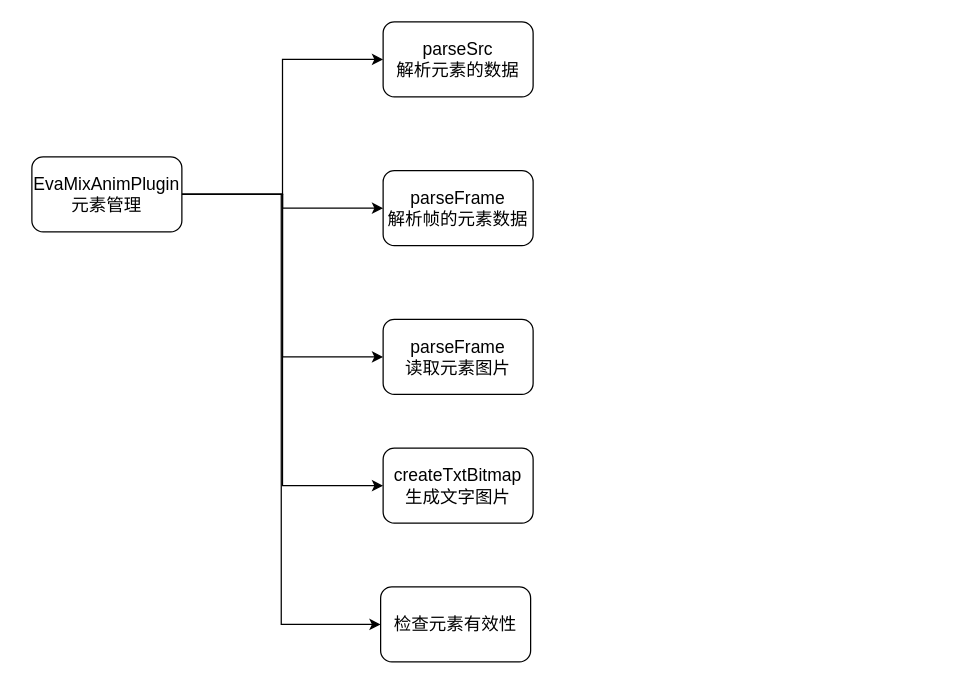
Above: page "Page-3" (3 of 4) of YYEVA.drawio in cangwang/news (draw.io), before the change. Source tidied: cells renumbered, new cells numbered last; positions are measured from the earlier drawing's top-left corner, leaving out a move shared by most shapes. Both pictures are drawn from the tidied source at 125%, with x=0, y=0 at pixel (31, 21).
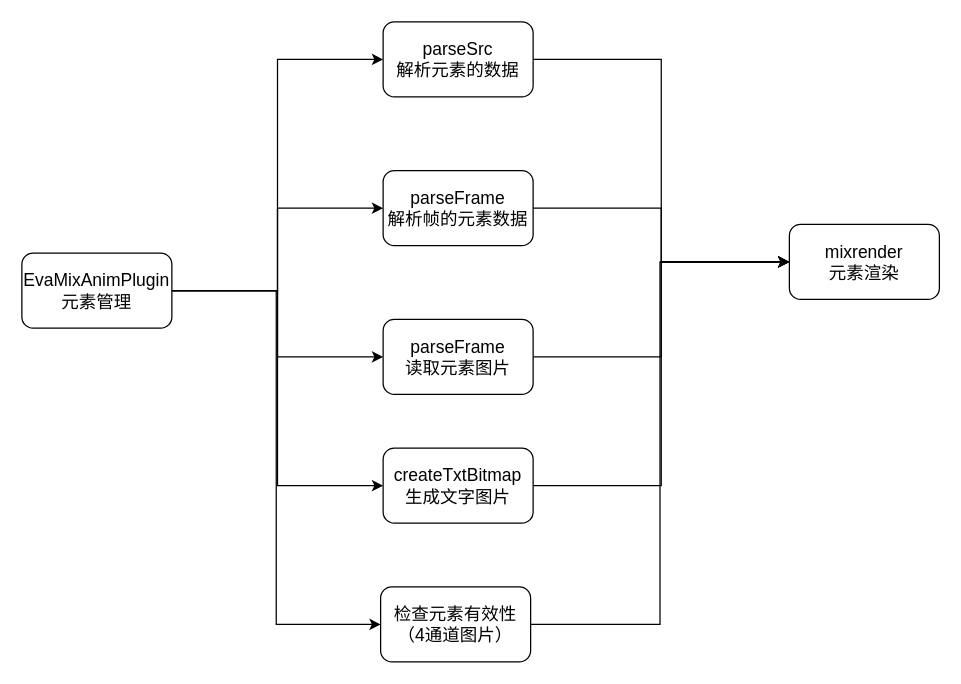
The same page after the edit.

What changed in the source:
```diff
@@
 <mxGraphModel>
   <root>
     <mxCell id="0" />
     <mxCell id="1" parent="0" />
     <mxCell id="2" style="edgeStyle=orthogonalEdgeStyle;rounded=0;jettySize=auto;html=1;exitX=1;exitY=0.5;exitDx=0;exitDy=0;entryX=0;entryY=0.5;entryDx=0;entryDy=0;fontSize=14;" parent="1" edge="1" source="7" target="8">
       <mxGeometry relative="1" as="geometry" />
     </mxCell>
-    <mxCell id="3" style="edgeStyle=orthogonalEdgeStyle;rounded=0;jettySize=auto;html=1;exitX=1;exitY=0.5;exitDx=0;exitDy=0;fontSize=14;" parent="1" edge="1" source="7" target="9">
-      <mxGeometry relative="1" as="geometry" />
-    </mxCell>
     <mxCell id="4" style="edgeStyle=orthogonalEdgeStyle;rounded=0;jettySize=auto;html=1;exitX=1;exitY=0.5;exitDx=0;exitDy=0;entryX=0;entryY=0.5;entryDx=0;entryDy=0;fontSize=14;" parent="1" edge="1" source="7" target="10">
       <mxGeometry relative="1" as="geometry" />
     </mxCell>
     <mxCell id="5" style="edgeStyle=orthogonalEdgeStyle;rounded=0;jettySize=auto;html=1;exitX=1;exitY=0.5;exitDx=0;exitDy=0;entryX=0;entryY=0.5;entryDx=0;entryDy=0;fontSize=14;" parent="1" edge="1" source="7" target="11">
       <mxGeometry relative="1" as="geometry" />
     </mxCell>
     <mxCell id="6" style="edgeStyle=orthogonalEdgeStyle;rounded=0;jettySize=auto;html=1;exitX=1;exitY=0.5;exitDx=0;exitDy=0;entryX=0;entryY=0.5;entryDx=0;entryDy=0;fontSize=14;" parent="1" edge="1" source="7" target="12">
       <mxGeometry relative="1" as="geometry" />
     </mxCell>
+    <mxCell id="3" style="edgeStyle=orthogonalEdgeStyle;rounded=0;jettySize=auto;html=1;exitX=1;exitY=0.5;exitDx=0;exitDy=0;entryX=0;entryY=0.5;entryDx=0;entryDy=0;fontSize=14;" parent="1" edge="1" source="7" target="9">
+      <mxGeometry relative="1" as="geometry" />
+    </mxCell>
     <mxCell id="7" value="EvaMixAnimPlugin&lt;br&gt;元素管理" style="rounded=1;whiteSpace=wrap;html=1;fontSize=14;fillColor=default;" parent="1" vertex="1">
-      <mxGeometry y="108" width="120" height="60" as="geometry" />
+      <mxGeometry x="-8" y="185" width="120" height="60" as="geometry" />
     </mxCell>
+    <mxCell id="13" style="edgeStyle=orthogonalEdgeStyle;rounded=0;jettySize=auto;html=1;exitX=1;exitY=0.5;exitDx=0;exitDy=0;entryX=0;entryY=0.5;entryDx=0;entryDy=0;fontSize=14;" parent="1" edge="1" source="8" target="18">
+      <mxGeometry relative="1" as="geometry" />
+    </mxCell>
     <mxCell id="8" value="parseSrc&lt;br&gt;解析元素的数据" style="rounded=1;whiteSpace=wrap;html=1;fontSize=14;fillColor=default;" parent="1" vertex="1">
       <mxGeometry x="281" width="120" height="60" as="geometry" />
     </mxCell>
+    <mxCell id="14" style="edgeStyle=orthogonalEdgeStyle;rounded=0;jettySize=auto;html=1;exitX=1;exitY=0.5;exitDx=0;exitDy=0;fontSize=14;" parent="1" edge="1" source="9" target="18">
+      <mxGeometry relative="1" as="geometry" />
+    </mxCell>
     <mxCell id="9" value="parseFrame&lt;br&gt;解析帧的元素数据" style="rounded=1;whiteSpace=wrap;html=1;fontSize=14;fillColor=default;" parent="1" vertex="1">
       <mxGeometry x="281" y="119" width="120" height="60" as="geometry" />
     </mxCell>
+    <mxCell id="15" style="edgeStyle=orthogonalEdgeStyle;rounded=0;jettySize=auto;html=1;exitX=1;exitY=0.5;exitDx=0;exitDy=0;entryX=0;entryY=0.5;entryDx=0;entryDy=0;fontSize=14;" parent="1" edge="1" source="10" target="18">
+      <mxGeometry relative="1" as="geometry" />
+    </mxCell>
     <mxCell id="10" value="parseFrame&lt;br&gt;读取元素图片" style="rounded=1;whiteSpace=wrap;html=1;fontSize=14;fillColor=default;" parent="1" vertex="1">
       <mxGeometry x="281" y="238" width="120" height="60" as="geometry" />
     </mxCell>
+    <mxCell id="16" style="edgeStyle=orthogonalEdgeStyle;rounded=0;jettySize=auto;html=1;exitX=1;exitY=0.5;exitDx=0;exitDy=0;entryX=0;entryY=0.5;entryDx=0;entryDy=0;fontSize=14;" parent="1" edge="1" source="11" target="18">
+      <mxGeometry relative="1" as="geometry" />
+    </mxCell>
     <mxCell id="11" value="createTxtBitmap&lt;br&gt;生成文字图片" style="rounded=1;whiteSpace=wrap;html=1;fontSize=14;fillColor=default;" parent="1" vertex="1">
       <mxGeometry x="281" y="341" width="120" height="60" as="geometry" />
     </mxCell>
+    <mxCell id="17" style="edgeStyle=orthogonalEdgeStyle;rounded=0;jettySize=auto;html=1;exitX=1;exitY=0.5;exitDx=0;exitDy=0;entryX=0;entryY=0.5;entryDx=0;entryDy=0;fontSize=14;" parent="1" edge="1" source="12" target="18">
+      <mxGeometry relative="1" as="geometry" />
+    </mxCell>
-    <mxCell id="12" value="检查元素有效性" style="rounded=1;whiteSpace=wrap;html=1;fontSize=14;fillColor=default;" parent="1" vertex="1">
+    <mxCell id="12" value="检查元素有效性&lt;br&gt;（4通道图片）" style="rounded=1;whiteSpace=wrap;html=1;fontSize=14;fillColor=default;" parent="1" vertex="1">
       <mxGeometry x="279" y="452" width="120" height="60" as="geometry" />
     </mxCell>
+    <mxCell id="18" value="mixrender&lt;br&gt;元素渲染" style="rounded=1;whiteSpace=wrap;html=1;fontSize=14;fillColor=default;" parent="1" vertex="1">
+      <mxGeometry x="606" y="162" width="120" height="60" as="geometry" />
+    </mxCell>
   </root>
 </mxGraphModel>
```
